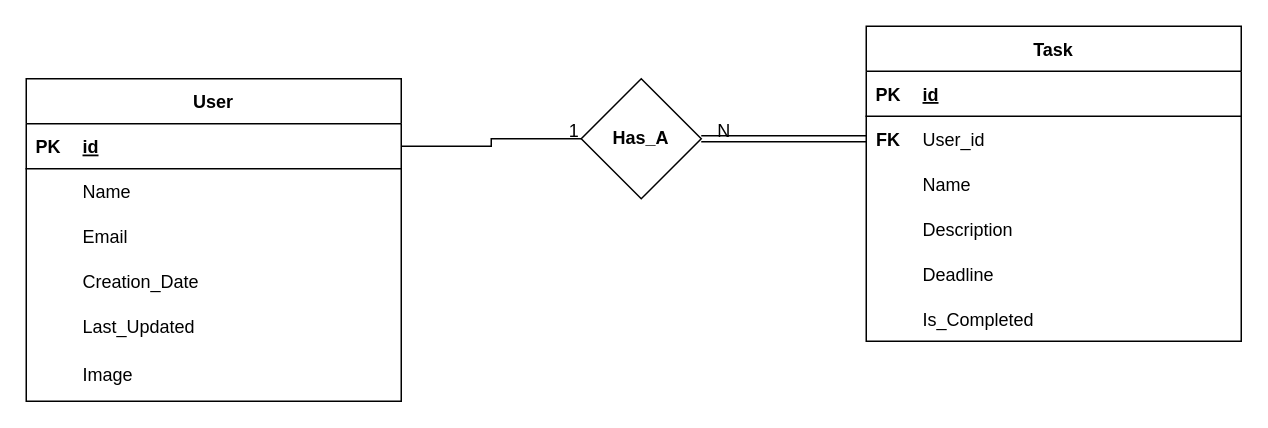
Earlier version of the draw.io diagram DataBase design.drawio (Khalil3Amer/TODO). Source tidied: cells renumbered, new cells numbered last; positions are measured from the earlier drawing's top-left corner, leaving out a move shared by most shapes. Both pictures are drawn from the tidied source at 150%, with x=0, y=0 at pixel (26, 26).
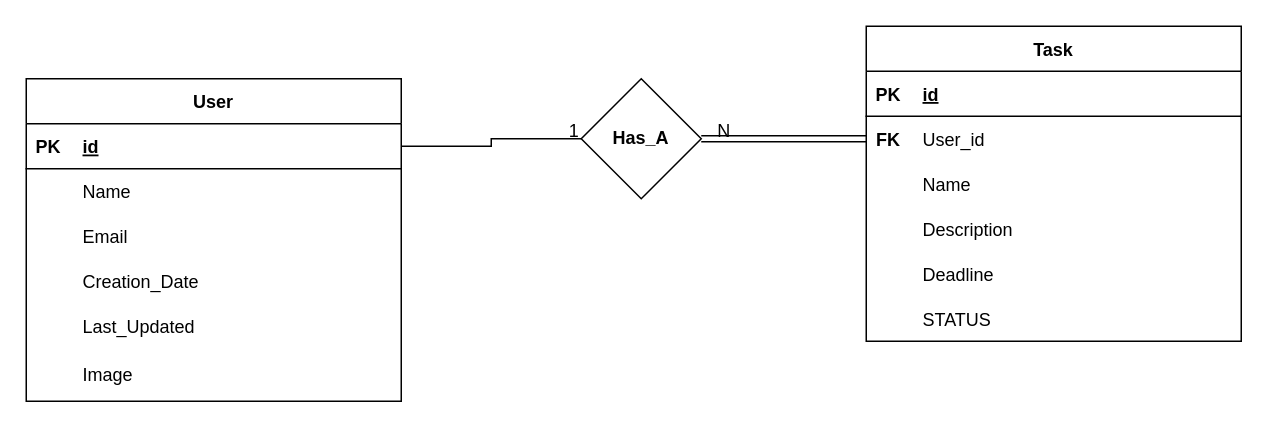
The same page after the edit.

Commit message:
changed is completed to STATUS

Change to the diagram source:
```diff
@@
-    <mxCell id="35" value="Is_Completed" style="shape=partialRectangle;fillColor=none;top=0;left=0;bottom=0;right=0;align=left;spacingLeft=6;overflow=hidden;" parent="1" vertex="1">
+    <mxCell id="35" value="STATUS" style="shape=partialRectangle;fillColor=none;top=0;left=0;bottom=0;right=0;align=left;spacingLeft=6;overflow=hidden;" parent="1" vertex="1">
       <mxGeometry x="590" y="180" width="220" height="30" as="geometry" />
     </mxCell>
```
